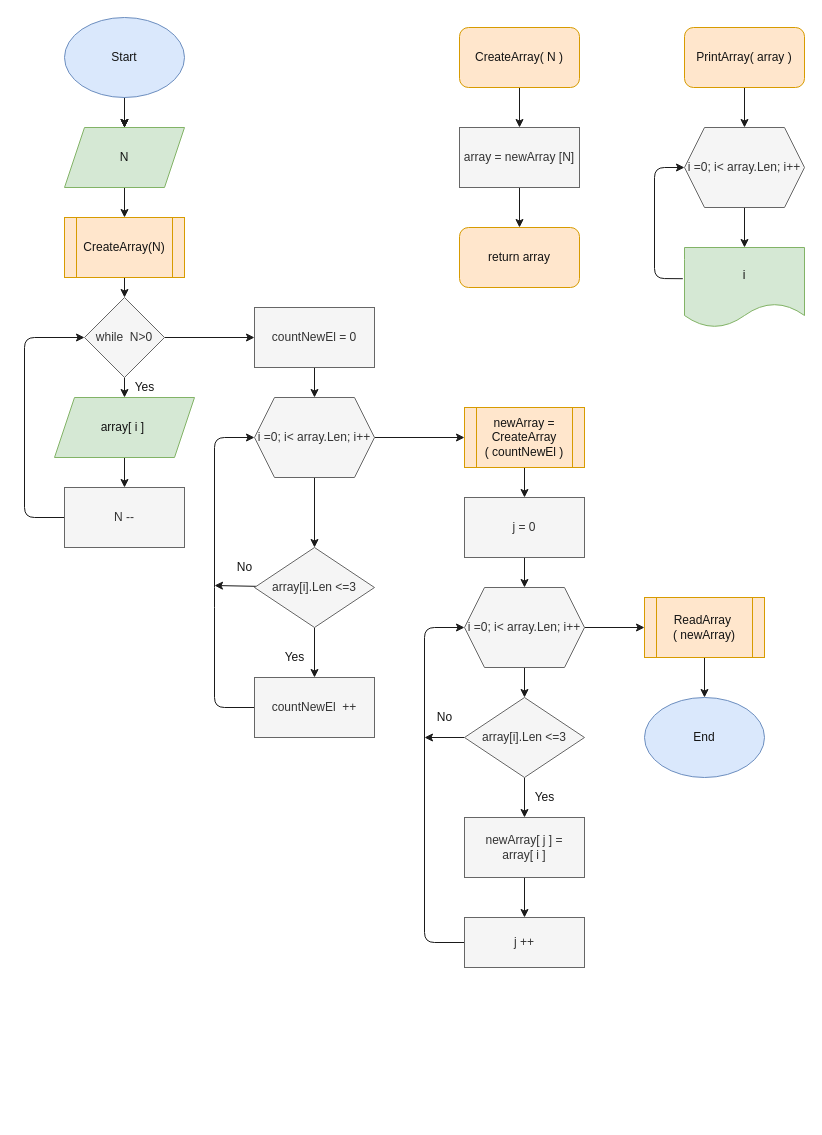
The draw.io diagram Control1/control1.drawio in Artur-by/GeekBrainsControlWork, before the edit. Source tidied: cells renumbered, new cells numbered last; positions are measured from the earlier drawing's top-left corner, leaving out a move shared by most shapes. Both pictures are drawn from the tidied source at 100%, with x=0, y=0 at pixel (24, 17).
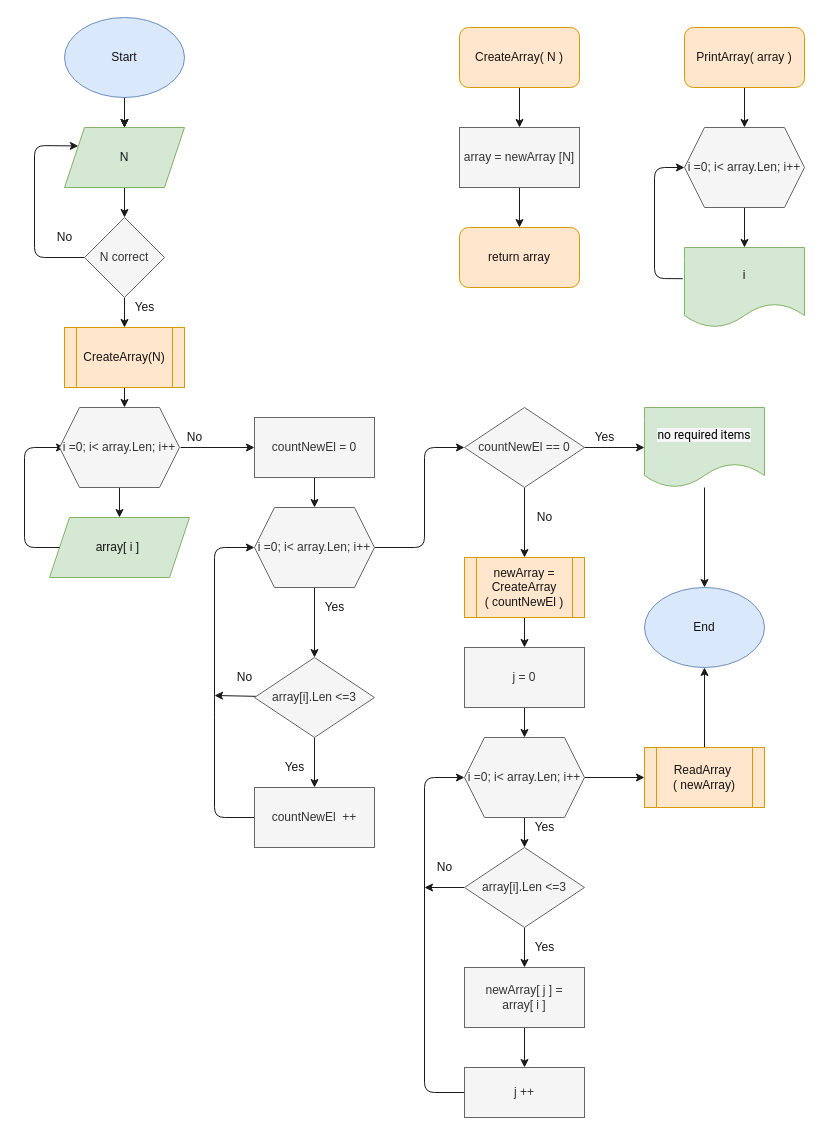
Above is the later version.

Commit message (it also covers changes not shown here):
Correct block diagram and Readme file

Unchanged cells that the change refers to:
```xml
<mxCell id="7" value="&lt;font color=&quot;#141414&quot;&gt;N&lt;/font&gt;" style="shape=parallelogram;perimeter=parallelogramPerimeter;whiteSpace=wrap;html=1;fixedSize=1;fillColor=#d5e8d4;strokeColor=#82b366;" parent="1" vertex="1">
  <mxGeometry x="40" y="110" width="120" height="60" as="geometry" />
</mxCell>
```

Diff of the diagram source:
```diff
@@
     <mxCell id="13" style="edgeStyle=none;html=1;fontColor=#141414;strokeColor=#1A1A1A;" parent="1" edge="1" source="14">
       <mxGeometry relative="1" as="geometry">
-        <mxPoint x="100" y="280" as="targetPoint" />
+        <mxPoint x="100" y="390" as="targetPoint" />
       </mxGeometry>
     </mxCell>
     <mxCell id="14" value="&lt;font color=&quot;#141414&quot;&gt;CreateArray(N)&lt;/font&gt;" style="shape=process;whiteSpace=wrap;html=1;backgroundOutline=1;fillColor=#ffe6cc;strokeColor=#d79b00;" parent="1" vertex="1">
-      <mxGeometry x="40" y="200" width="120" height="60" as="geometry" />
+      <mxGeometry x="40" y="310" width="120" height="60" as="geometry" />
     </mxCell>
-    <mxCell id="15" style="edgeStyle=none;html=1;fontColor=#141414;strokeColor=#1A1A1A;" parent="1" edge="1" source="17" target="19">
-      <mxGeometry relative="1" as="geometry" />
-    </mxCell>
-    <mxCell id="16" style="edgeStyle=none;html=1;exitX=1;exitY=0.5;exitDx=0;exitDy=0;fontColor=#141414;strokeColor=#1A1A1A;entryX=0;entryY=0.5;entryDx=0;entryDy=0;" parent="1" edge="1" source="17" target="24">
+    <mxCell id="16" style="edgeStyle=none;html=1;exitX=0.033;exitY=1;exitDx=0;exitDy=0;fontColor=#141414;strokeColor=#1A1A1A;entryX=0;entryY=0.5;entryDx=0;entryDy=0;exitPerimeter=0;" parent="1" edge="1" source="61" target="24">
       <mxGeometry relative="1" as="geometry" />
     </mxCell>
-    <mxCell id="17" value="while&amp;nbsp; N&amp;gt;0" style="rhombus;whiteSpace=wrap;html=1;fontColor=#333333;fillColor=#f5f5f5;strokeColor=#666666;" parent="1" vertex="1">
-      <mxGeometry x="60" y="280" width="80" height="80" as="geometry" />
-    </mxCell>
-    <mxCell id="18" style="edgeStyle=none;html=1;fontColor=#141414;strokeColor=#1A1A1A;" parent="1" edge="1" source="19" target="21">
-      <mxGeometry relative="1" as="geometry" />
-    </mxCell>
     <mxCell id="19" value="&lt;font color=&quot;#141414&quot;&gt;array[ i ]&amp;nbsp;&lt;br&gt;&lt;/font&gt;" style="shape=parallelogram;perimeter=parallelogramPerimeter;whiteSpace=wrap;html=1;fixedSize=1;fillColor=#d5e8d4;strokeColor=#82b366;" parent="1" vertex="1">
-      <mxGeometry x="30" y="380" width="140" height="60" as="geometry" />
+      <mxGeometry x="25" y="500" width="140" height="60" as="geometry" />
     </mxCell>
-    <mxCell id="20" style="edgeStyle=none;html=1;entryX=0;entryY=0.5;entryDx=0;entryDy=0;fontColor=#141414;strokeColor=#1A1A1A;exitX=0;exitY=0.5;exitDx=0;exitDy=0;" parent="1" edge="1" source="21" target="17">
+    <mxCell id="20" style="edgeStyle=none;html=1;entryX=0;entryY=0.5;entryDx=0;entryDy=0;fontColor=#141414;strokeColor=#1A1A1A;exitX=0;exitY=0.5;exitDx=0;exitDy=0;" parent="1" edge="1" source="19">
       <mxGeometry relative="1" as="geometry">
+        <mxPoint x="40" y="430" as="targetPoint" />
         <Array as="points">
-          <mxPoint y="500" />
-          <mxPoint y="320" />
+          <mxPoint y="530" />
+          <mxPoint y="430" />
         </Array>
       </mxGeometry>
     </mxCell>
-    <mxCell id="21" value="N --" style="whiteSpace=wrap;html=1;fillColor=#f5f5f5;strokeColor=#666666;fontColor=#333333;" parent="1" vertex="1">
-      <mxGeometry x="40" y="470" width="120" height="60" as="geometry" />
-    </mxCell>
-    <mxCell id="22" value="Yes" style="text;html=1;align=center;verticalAlign=middle;strokeColor=none;fillColor=none;fontColor=#141414;" parent="1" vertex="1">
-      <mxGeometry x="100" y="360" width="40" height="20" as="geometry" />
-    </mxCell>
@@
     <mxCell id="24" value="countNewEl = 0" style="rounded=0;whiteSpace=wrap;html=1;fontColor=#333333;fillColor=#f5f5f5;strokeColor=#666666;" parent="1" vertex="1">
-      <mxGeometry x="230" y="290" width="120" height="60" as="geometry" />
+      <mxGeometry x="230" y="400" width="120" height="60" as="geometry" />
     </mxCell>
@@
-    <mxCell id="26" style="edgeStyle=none;html=1;exitX=1;exitY=0.5;exitDx=0;exitDy=0;fontColor=#141414;strokeColor=#1A1A1A;entryX=0;entryY=0.5;entryDx=0;entryDy=0;" parent="1" edge="1" source="27" target="35">
-      <mxGeometry relative="1" as="geometry" />
+    <mxCell id="26" style="edgeStyle=none;html=1;exitX=1;exitY=0.5;exitDx=0;exitDy=0;fontColor=#141414;strokeColor=#1A1A1A;entryX=0;entryY=0.5;entryDx=0;entryDy=0;" parent="1" edge="1" source="27" target="66">
+      <mxGeometry relative="1" as="geometry">
+        <Array as="points">
+          <mxPoint x="400" y="530" />
+          <mxPoint x="400" y="430" />
+        </Array>
+      </mxGeometry>
     </mxCell>
     <mxCell id="27" value="i =0; i&amp;lt; array.Len; i++" style="shape=hexagon;perimeter=hexagonPerimeter2;whiteSpace=wrap;html=1;fixedSize=1;fontColor=#333333;fillColor=#f5f5f5;strokeColor=#666666;" parent="1" vertex="1">
-      <mxGeometry x="230" y="380" width="120" height="80" as="geometry" />
+      <mxGeometry x="230" y="490" width="120" height="80" as="geometry" />
     </mxCell>
@@
     <mxCell id="29" style="edgeStyle=none;html=1;strokeColor=#1A1A1A;" parent="1" edge="1" source="30">
       <mxGeometry relative="1" as="geometry">
-        <mxPoint x="190" y="568" as="targetPoint" />
+        <mxPoint x="190" y="678" as="targetPoint" />
       </mxGeometry>
     </mxCell>
     <mxCell id="30" value="array[i].Len &amp;lt;=3" style="rhombus;whiteSpace=wrap;html=1;fillColor=#f5f5f5;strokeColor=#666666;fontColor=#333333;" parent="1" vertex="1">
-      <mxGeometry x="230" y="530" width="120" height="80" as="geometry" />
+      <mxGeometry x="230" y="640" width="120" height="80" as="geometry" />
     </mxCell>
     <mxCell id="31" style="edgeStyle=none;html=1;entryX=0;entryY=0.5;entryDx=0;entryDy=0;fontColor=#141414;strokeColor=#1A1A1A;exitX=0;exitY=0.5;exitDx=0;exitDy=0;" parent="1" edge="1" source="32" target="27">
       <mxGeometry relative="1" as="geometry">
         <Array as="points">
+          <mxPoint x="190" y="800" />
           <mxPoint x="190" y="690" />
-          <mxPoint x="190" y="580" />
-          <mxPoint x="190" y="420" />
+          <mxPoint x="190" y="530" />
         </Array>
       </mxGeometry>
     </mxCell>
     <mxCell id="32" value="&lt;span&gt;countNewEl&amp;nbsp; ++&lt;/span&gt;" style="whiteSpace=wrap;html=1;fillColor=#f5f5f5;strokeColor=#666666;fontColor=#333333;" parent="1" vertex="1">
-      <mxGeometry x="230" y="660" width="120" height="60" as="geometry" />
+      <mxGeometry x="230" y="770" width="120" height="60" as="geometry" />
     </mxCell>
     <mxCell id="33" value="Yes" style="text;html=1;align=center;verticalAlign=middle;strokeColor=none;fillColor=none;fontColor=#141414;" parent="1" vertex="1">
-      <mxGeometry x="250" y="630" width="40" height="20" as="geometry" />
+      <mxGeometry x="250" y="740" width="40" height="20" as="geometry" />
     </mxCell>
-    <mxCell id="34" style="edgeStyle=none;html=1;entryX=0.5;entryY=0;entryDx=0;entryDy=0;fontColor=#141414;strokeColor=#1A1A1A;" parent="1" edge="1" source="35" target="40">
-      <mxGeometry relative="1" as="geometry" />
-    </mxCell>
+    <mxCell id="60" style="edgeStyle=none;html=1;fontColor=#141414;strokeColor=#1A1A1A;" parent="1" edge="1" source="35">
+      <mxGeometry relative="1" as="geometry">
+        <mxPoint x="500" y="630" as="targetPoint" />
+      </mxGeometry>
+    </mxCell>
     <mxCell id="35" value="&lt;font color=&quot;#141414&quot;&gt;newArray = CreateArray&lt;br&gt;( countNewEl )&lt;/font&gt;" style="shape=process;whiteSpace=wrap;html=1;backgroundOutline=1;fillColor=#ffe6cc;strokeColor=#d79b00;" parent="1" vertex="1">
-      <mxGeometry x="440" y="390" width="120" height="60" as="geometry" />
+      <mxGeometry x="440" y="540" width="120" height="60" as="geometry" />
     </mxCell>
     <mxCell id="36" style="edgeStyle=none;html=1;entryX=0.5;entryY=0;entryDx=0;entryDy=0;fontColor=#141414;strokeColor=#1A1A1A;" parent="1" edge="1" source="38">
       <mxGeometry relative="1" as="geometry">
-        <mxPoint x="500" y="680" as="targetPoint" />
+        <mxPoint x="500" y="830" as="targetPoint" />
       </mxGeometry>
     </mxCell>
@@
     <mxCell id="38" value="i =0; i&amp;lt; array.Len; i++" style="shape=hexagon;perimeter=hexagonPerimeter2;whiteSpace=wrap;html=1;fixedSize=1;fontColor=#333333;fillColor=#f5f5f5;strokeColor=#666666;" parent="1" vertex="1">
-      <mxGeometry x="440" y="570" width="120" height="80" as="geometry" />
+      <mxGeometry x="440" y="720" width="120" height="80" as="geometry" />
     </mxCell>
@@
     <mxCell id="40" value="j = 0" style="whiteSpace=wrap;html=1;fillColor=#f5f5f5;strokeColor=#666666;fontColor=#333333;" parent="1" vertex="1">
-      <mxGeometry x="440" y="480" width="120" height="60" as="geometry" />
+      <mxGeometry x="440" y="630" width="120" height="60" as="geometry" />
     </mxCell>
@@
     <mxCell id="42" value="&lt;span&gt;newArray[ j ] = &lt;br&gt;array[ i ]&lt;/span&gt;" style="whiteSpace=wrap;html=1;fillColor=#f5f5f5;strokeColor=#666666;fontColor=#333333;" parent="1" vertex="1">
-      <mxGeometry x="440" y="800" width="120" height="60" as="geometry" />
+      <mxGeometry x="440" y="950" width="120" height="60" as="geometry" />
     </mxCell>
     <mxCell id="43" style="edgeStyle=none;html=1;exitX=0;exitY=0.5;exitDx=0;exitDy=0;entryX=0;entryY=0.5;entryDx=0;entryDy=0;fontColor=#141414;strokeColor=#1A1A1A;" parent="1" edge="1" source="44" target="38">
       <mxGeometry relative="1" as="geometry">
         <Array as="points">
-          <mxPoint x="400" y="925" />
-          <mxPoint x="400" y="610" />
+          <mxPoint x="400" y="1075" />
+          <mxPoint x="400" y="760" />
         </Array>
       </mxGeometry>
     </mxCell>
     <mxCell id="44" value="j ++" style="whiteSpace=wrap;html=1;fillColor=#f5f5f5;strokeColor=#666666;fontColor=#333333;" parent="1" vertex="1">
-      <mxGeometry x="440" y="900" width="120" height="50" as="geometry" />
+      <mxGeometry x="440" y="1050" width="120" height="50" as="geometry" />
     </mxCell>
@@
-    <mxCell id="51" style="edgeStyle=none;html=1;entryX=0.5;entryY=0;entryDx=0;entryDy=0;fontColor=#141414;strokeColor=#1A1A1A;" parent="1" edge="1" source="52" target="53">
+    <mxCell id="51" style="edgeStyle=none;html=1;entryX=0.5;entryY=1;entryDx=0;entryDy=0;fontSize=10;fontColor=#141414;strokeColor=#1A1A1A;" parent="1" edge="1" source="52" target="53">
       <mxGeometry relative="1" as="geometry" />
     </mxCell>
     <mxCell id="52" value="&lt;font color=&quot;#141414&quot;&gt;ReadArray&amp;nbsp;&lt;br&gt;( newArray)&lt;/font&gt;" style="shape=process;whiteSpace=wrap;html=1;backgroundOutline=1;fillColor=#ffe6cc;strokeColor=#d79b00;" parent="1" vertex="1">
-      <mxGeometry x="620" y="580" width="120" height="60" as="geometry" />
+      <mxGeometry x="620" y="730" width="120" height="60" as="geometry" />
     </mxCell>
     <mxCell id="53" value="&lt;font color=&quot;#141414&quot;&gt;End&lt;/font&gt;" style="ellipse;whiteSpace=wrap;html=1;fillColor=#dae8fc;strokeColor=#6c8ebf;" parent="1" vertex="1">
-      <mxGeometry x="620" y="680" width="120" height="80" as="geometry" />
+      <mxGeometry x="620" y="570" width="120" height="80" as="geometry" />
     </mxCell>
     <mxCell id="54" value="&lt;font color=&quot;#141414&quot;&gt;No&lt;/font&gt;" style="text;html=1;align=center;verticalAlign=middle;strokeColor=none;fillColor=none;" parent="1" vertex="1">
-      <mxGeometry x="205" y="540" width="30" height="20" as="geometry" />
+      <mxGeometry x="205" y="650" width="30" height="20" as="geometry" />
     </mxCell>
@@
     <mxCell id="56" style="edgeStyle=none;html=1;fontColor=#141414;strokeColor=#1A1A1A;" parent="1" edge="1" source="57">
       <mxGeometry relative="1" as="geometry">
-        <mxPoint x="400" y="720" as="targetPoint" />
+        <mxPoint x="400" y="870" as="targetPoint" />
       </mxGeometry>
     </mxCell>
     <mxCell id="57" value="array[i].Len &amp;lt;=3" style="rhombus;whiteSpace=wrap;html=1;fillColor=#f5f5f5;strokeColor=#666666;fontColor=#333333;" parent="1" vertex="1">
-      <mxGeometry x="440" y="680" width="120" height="80" as="geometry" />
+      <mxGeometry x="440" y="830" width="120" height="80" as="geometry" />
     </mxCell>
     <mxCell id="58" value="No" style="text;html=1;align=center;verticalAlign=middle;strokeColor=none;fillColor=none;fontColor=#141414;" parent="1" vertex="1">
-      <mxGeometry x="405" y="690" width="30" height="20" as="geometry" />
+      <mxGeometry x="405" y="840" width="30" height="20" as="geometry" />
     </mxCell>
     <mxCell id="59" value="Yes" style="text;html=1;align=center;verticalAlign=middle;strokeColor=none;fillColor=none;fontColor=#141414;" parent="1" vertex="1">
-      <mxGeometry x="500" y="770" width="40" height="20" as="geometry" />
+      <mxGeometry x="500" y="920" width="40" height="20" as="geometry" />
     </mxCell>
+    <mxCell id="61" value="No" style="text;html=1;align=center;verticalAlign=middle;points=[];strokeColor=none;fillColor=none;fontColor=#141414;" parent="1" vertex="1">
+      <mxGeometry x="155" y="410" width="30" height="20" as="geometry" />
+    </mxCell>
+    <mxCell id="62" value="Yes" style="text;html=1;align=center;verticalAlign=middle;strokeColor=none;fillColor=none;fontColor=#141414;" parent="1" vertex="1">
+      <mxGeometry x="290" y="580" width="40" height="20" as="geometry" />
+    </mxCell>
+    <mxCell id="63" value="Yes" style="text;html=1;align=center;verticalAlign=middle;strokeColor=none;fillColor=none;fontColor=#141414;" parent="1" vertex="1">
+      <mxGeometry x="500" y="800" width="40" height="20" as="geometry" />
+    </mxCell>
+    <mxCell id="64" style="edgeStyle=none;html=1;entryX=0.5;entryY=0;entryDx=0;entryDy=0;fontColor=#141414;strokeColor=#1A1A1A;" parent="1" edge="1" source="66" target="35">
+      <mxGeometry relative="1" as="geometry" />
+    </mxCell>
+    <mxCell id="65" style="edgeStyle=none;html=1;fontColor=#141414;strokeColor=#1A1A1A;entryX=0;entryY=0.5;entryDx=0;entryDy=0;" parent="1" edge="1" source="66" target="69">
+      <mxGeometry relative="1" as="geometry" />
+    </mxCell>
+    <mxCell id="66" value="countNewEl == 0" style="rhombus;whiteSpace=wrap;html=1;fillColor=#f5f5f5;strokeColor=#666666;fontColor=#333333;" parent="1" vertex="1">
+      <mxGeometry x="440" y="390" width="120" height="80" as="geometry" />
+    </mxCell>
+    <mxCell id="67" value="No" style="text;html=1;align=center;verticalAlign=middle;strokeColor=none;fillColor=none;fontColor=#141414;" parent="1" vertex="1">
+      <mxGeometry x="505" y="490" width="30" height="20" as="geometry" />
+    </mxCell>
+    <mxCell id="68" style="edgeStyle=none;html=1;entryX=0.5;entryY=0;entryDx=0;entryDy=0;fontSize=10;fontColor=#141414;strokeColor=#1A1A1A;" parent="1" edge="1" source="69" target="53">
+      <mxGeometry relative="1" as="geometry" />
+    </mxCell>
+    <mxCell id="69" value="&lt;span style=&quot;color: rgb(0 , 0 , 0) ; font-family: &amp;#34;roboto&amp;#34; , &amp;#34;robotodraft&amp;#34; , &amp;#34;helvetica&amp;#34; , &amp;#34;arial&amp;#34; , sans-serif ; background-color: rgb(245 , 245 , 245)&quot;&gt;&lt;font style=&quot;font-size: 12px&quot;&gt;no required items&lt;/font&gt;&lt;/span&gt;" style="shape=document;whiteSpace=wrap;html=1;boundedLbl=1;fillColor=#d5e8d4;strokeColor=#82b366;" parent="1" vertex="1">
+      <mxGeometry x="620" y="390" width="120" height="80" as="geometry" />
+    </mxCell>
+    <mxCell id="70" value="Yes" style="text;html=1;align=center;verticalAlign=middle;strokeColor=none;fillColor=none;fontSize=12;fontColor=#141414;" parent="1" vertex="1">
+      <mxGeometry x="560" y="410" width="40" height="20" as="geometry" />
+    </mxCell>
+    <mxCell id="71" style="edgeStyle=none;html=1;exitX=0;exitY=0.5;exitDx=0;exitDy=0;entryX=0;entryY=0.25;entryDx=0;entryDy=0;fontSize=12;fontColor=#141414;strokeColor=#1A1A1A;" parent="1" edge="1" source="73" target="7">
+      <mxGeometry relative="1" as="geometry">
+        <Array as="points">
+          <mxPoint x="10" y="240" />
+          <mxPoint x="10" y="128" />
+        </Array>
+      </mxGeometry>
+    </mxCell>
+    <mxCell id="72" style="edgeStyle=none;html=1;entryX=0.5;entryY=0;entryDx=0;entryDy=0;fontSize=12;fontColor=#141414;strokeColor=#1A1A1A;" parent="1" edge="1" source="73" target="14">
+      <mxGeometry relative="1" as="geometry" />
+    </mxCell>
+    <mxCell id="73" value="N correct" style="rhombus;whiteSpace=wrap;html=1;fontColor=#333333;fillColor=#f5f5f5;strokeColor=#666666;" parent="1" vertex="1">
+      <mxGeometry x="60" y="200" width="80" height="80" as="geometry" />
+    </mxCell>
+    <mxCell id="74" value="No" style="text;html=1;align=center;verticalAlign=middle;strokeColor=none;fillColor=none;fontSize=12;fontColor=#141414;" parent="1" vertex="1">
+      <mxGeometry x="25" y="210" width="30" height="20" as="geometry" />
+    </mxCell>
+    <mxCell id="75" value="Yes" style="text;html=1;align=center;verticalAlign=middle;strokeColor=none;fillColor=none;fontSize=12;fontColor=#141414;" parent="1" vertex="1">
+      <mxGeometry x="100" y="280" width="40" height="20" as="geometry" />
+    </mxCell>
+    <mxCell id="76" style="edgeStyle=none;html=1;entryX=0.5;entryY=0;entryDx=0;entryDy=0;fontSize=12;fontColor=#141414;strokeColor=#1A1A1A;" parent="1" edge="1" source="77" target="19">
+      <mxGeometry relative="1" as="geometry" />
+    </mxCell>
+    <mxCell id="77" value="i =0; i&amp;lt; array.Len; i++" style="shape=hexagon;perimeter=hexagonPerimeter2;whiteSpace=wrap;html=1;fixedSize=1;fontColor=#333333;fillColor=#f5f5f5;strokeColor=#666666;" parent="1" vertex="1">
+      <mxGeometry x="35" y="390" width="120" height="80" as="geometry" />
+    </mxCell>
```
